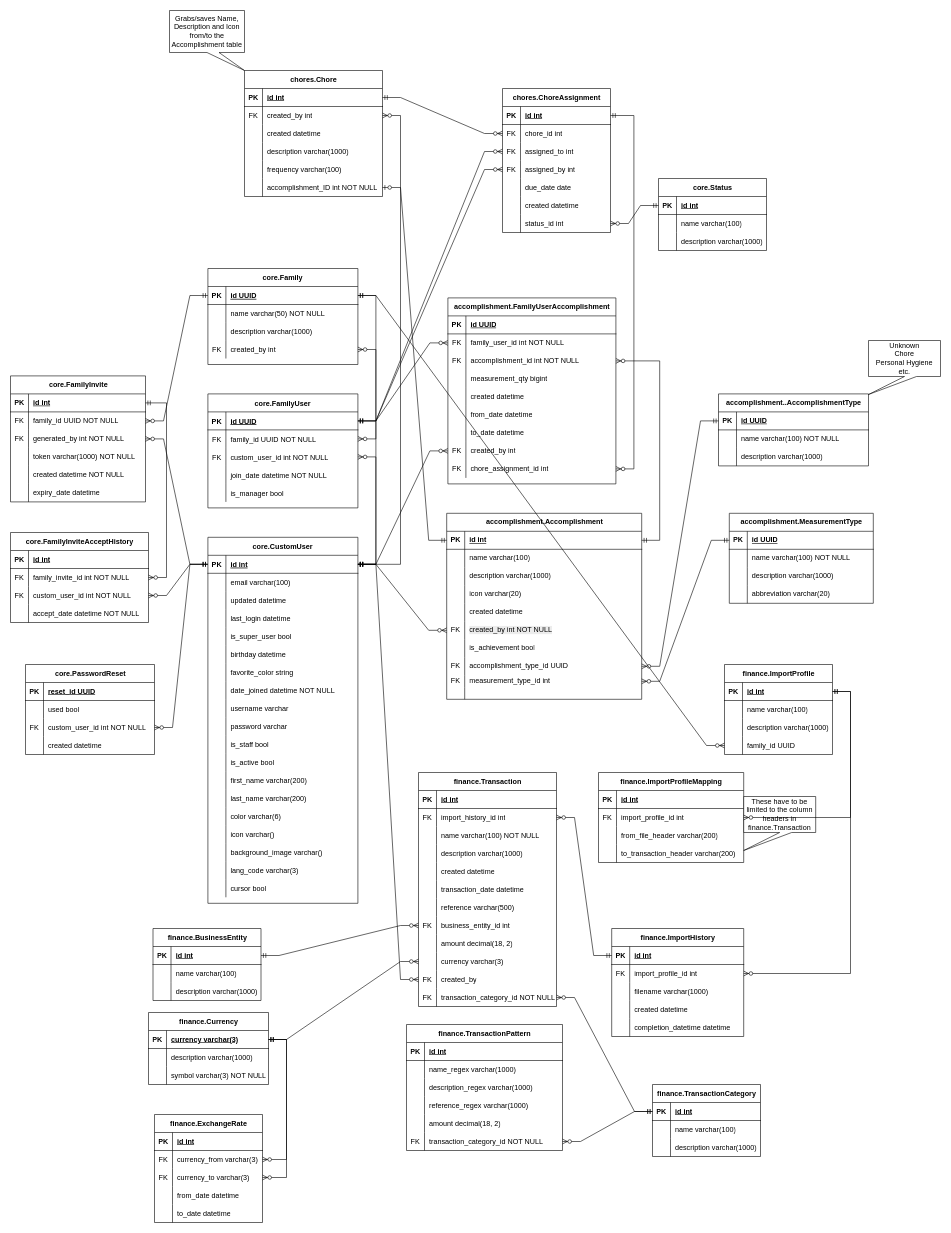
The draw.io diagram documentation/erds/FamilyThingsERD.drawio in WimpieRatte/FamilyThings, before the edit. Source tidied: cells renumbered, new cells numbered last; positions are measured from the earlier drawing's top-left corner, leaving out a move shared by most shapes. Both pictures are drawn from the tidied source at 60%, with x=0, y=0 at pixel (10, 10).
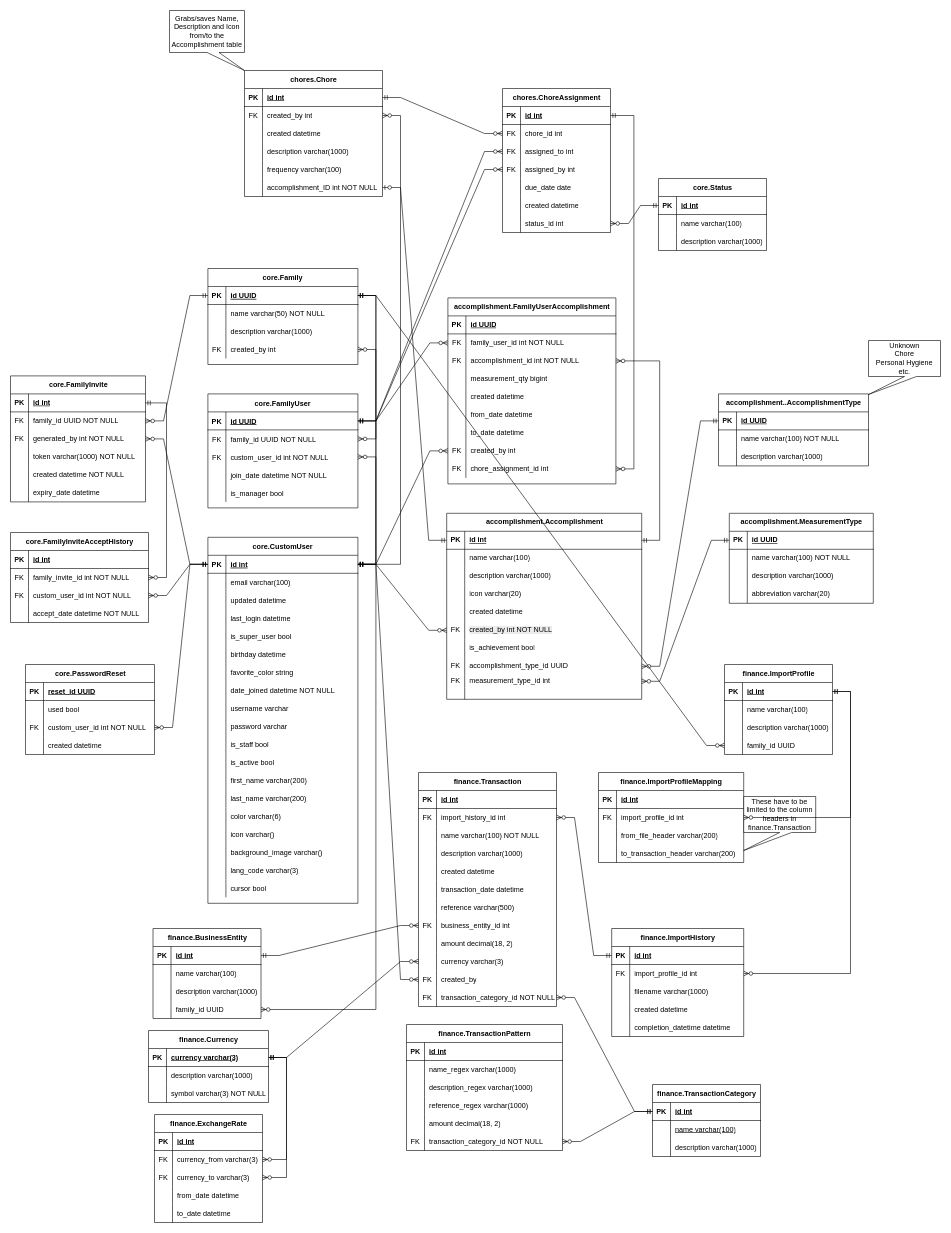
Above is the later version.

Unchanged cells that the change refers to:
```xml
<mxCell id="159" style="shape=partialRectangle;fillColor=none;points=[[0,0.5],[1,0.5]];portConstraint=eastwest;top=0;left=0;right=0;bottom=1;" parent="158" vertex="1">
  <mxGeometry y="30" width="250" height="30" as="geometry" />
</mxCell>
<mxCell id="280" style="shape=tableRow;horizontal=0;startSize=0;swimlaneHead=0;swimlaneBody=0;fillColor=none;top=0;left=0;right=0;bottom=0;" parent="276" vertex="1">
  <mxGeometry y="60" width="180" height="30" as="geometry" />
</mxCell>
```

The edit, as a diff of the source:
```diff
@@
     <mxCell id="217" value="finance.BusinessEntity" style="shape=table;startSize=30;childLayout=tableLayout;rowLines=0;fontStyle=1;align=center;html=1;" parent="1" vertex="1">
-      <mxGeometry x="237.5" y="1530" width="180" height="120" as="geometry" />
+      <mxGeometry x="237.5" y="1530" width="180" height="150" as="geometry" />
     </mxCell>
@@
+    <mxCell id="446" style="shape=tableRow;horizontal=0;startSize=0;swimlaneHead=0;swimlaneBody=0;fillColor=none;points=[[0,0.5],[1,0.5]];portConstraint=eastwest;top=0;left=0;right=0;bottom=0;" parent="217" vertex="1">
+      <mxGeometry y="120" width="180" height="30" as="geometry" />
+    </mxCell>
+    <mxCell id="447" style="shape=partialRectangle;fillColor=none;top=0;left=0;bottom=0;right=0;overflow=hidden;whiteSpace=wrap;html=1;" parent="446" vertex="1">
+      <mxGeometry width="30" height="30" as="geometry" />
+    </mxCell>
+    <mxCell id="448" value="family_id UUID" style="shape=partialRectangle;fillColor=none;top=0;left=0;bottom=0;right=0;align=left;spacingLeft=6;overflow=hidden;whiteSpace=wrap;html=1;" parent="446" vertex="1">
+      <mxGeometry x="30" width="150" height="30" as="geometry" />
+    </mxCell>
     <mxCell id="227" value="finance.Currency" style="shape=table;startSize=30;childLayout=tableLayout;rowLines=0;fontStyle=1;align=center;html=1;" parent="1" vertex="1">
-      <mxGeometry x="230" y="1670" width="200" height="120" as="geometry" />
+      <mxGeometry x="230" y="1700" width="200" height="120" as="geometry" />
     </mxCell>
@@
-    <mxCell id="282" value="&lt;div&gt;name varchar(100)&lt;/div&gt;" style="shape=partialRectangle;fillColor=none;top=0;left=0;bottom=0;right=0;align=left;spacingLeft=6;overflow=hidden;whiteSpace=wrap;html=1;" parent="280" vertex="1">
+    <mxCell id="282" value="&lt;div&gt;&lt;u&gt;name varchar(100)&lt;/u&gt;&lt;/div&gt;" style="shape=partialRectangle;fillColor=none;top=0;left=0;bottom=0;right=0;align=left;spacingLeft=6;overflow=hidden;whiteSpace=wrap;html=1;" parent="280" vertex="1">
       <mxGeometry x="30" width="150" height="30" as="geometry" />
     </mxCell>
@@
+    <mxCell id="449" style="edgeStyle=entityRelationEdgeStyle;fontSize=12;html=1;endArrow=ERzeroToMany;startArrow=ERmandOne;rounded=0;" parent="1" edge="1" source="159" target="446">
+      <mxGeometry relative="1" as="geometry" />
+    </mxCell>
```
